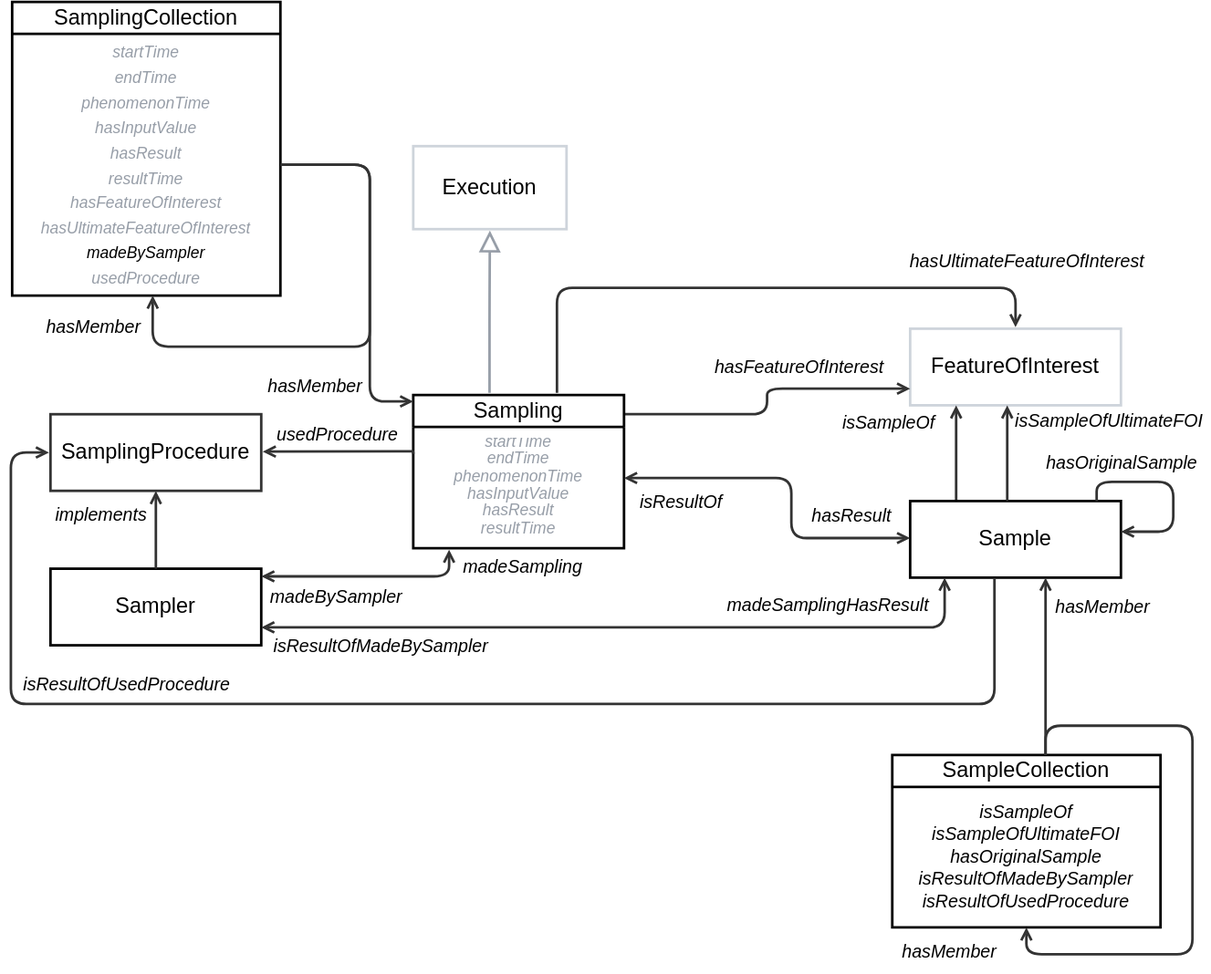
Before: ssn/images/Sampling.svg, a diagram exported from draw.io (w3c/sdw-sosa-ssn). Source tidied: cells renumbered, new cells last; positions are measured from the earlier drawing's top-left corner, leaving out a move shared by most shapes.
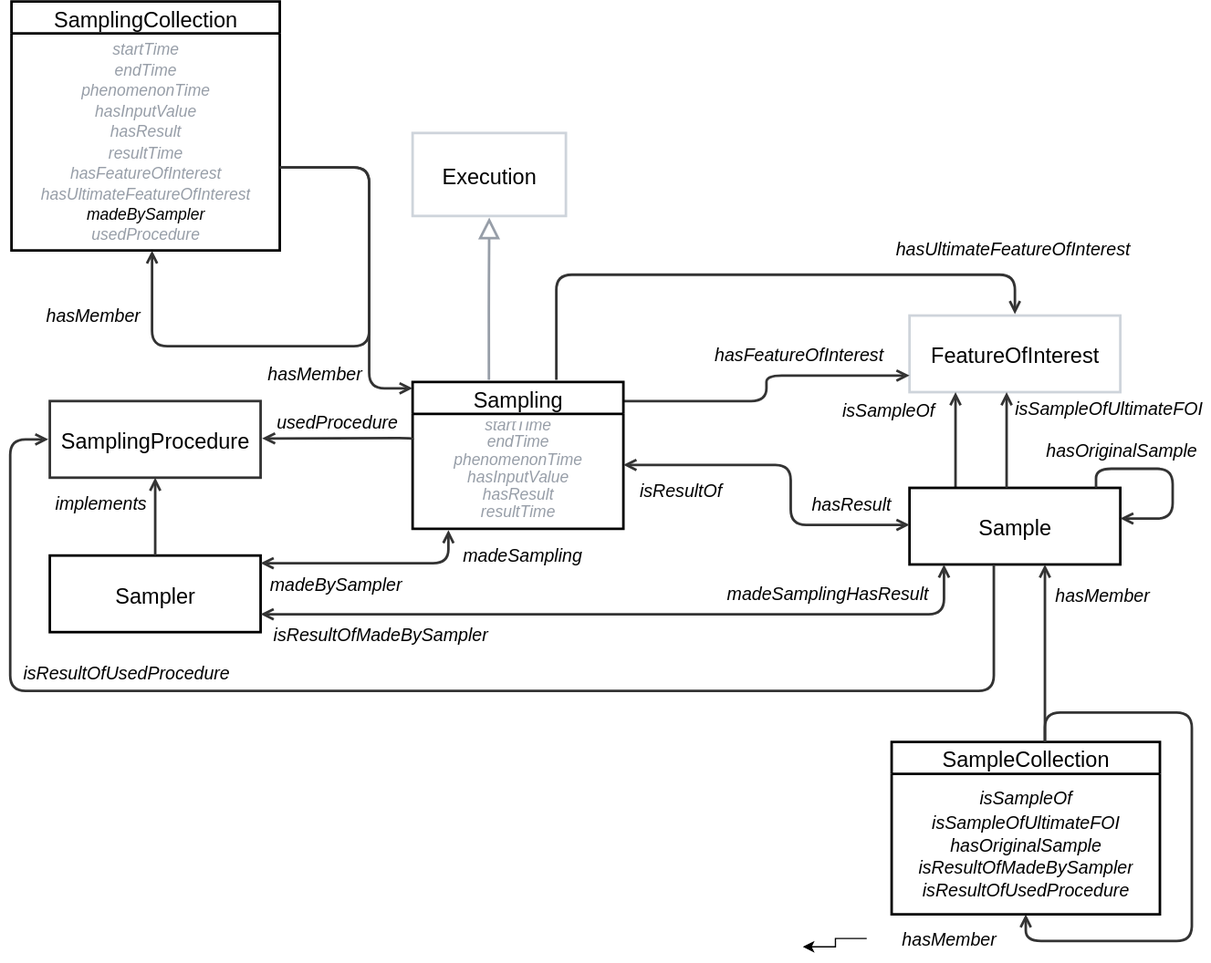
After the change.

What changed in the source:
```diff
@@ -23,10 +23,10 @@
       <mxGeometry x="545" y="271" width="145" height="30" as="geometry" />
     </mxCell>
     <mxCell id="7" value="Sampling" style="html=1;overflow=block;blockSpacing=1;swimlane;horizontal=1;fontStyle=0;swimlaneFillColor=none;startSize=25;whiteSpace=wrap;fontSize=16.8;align=center;spacing=0;strokeOpacity=100;fillColor=none;strokeWidth=2;fontColor=default;convertToSvg=1;" parent="1" vertex="1">
-      <mxGeometry x="315" y="308" width="165" height="120" as="geometry" />
+      <mxGeometry x="315" y="308" width="165" height="115" as="geometry" />
     </mxCell>
-    <mxCell id="8" value="&lt;div style=&quot;display: flex; justify-content: center; text-align: center; align-items: baseline; line-height: 1.25; margin-top: -2px;&quot;&gt;&lt;span style=&quot;font-style: italic;&quot;&gt;&lt;div style=&quot;border-color: var(--border-color); font-size: 12.5px; display: flex; justify-content: center; align-items: baseline; line-height: 1.25; margin-top: -2px;&quot;&gt;&lt;font style=&quot;border-color: var(--border-color);&quot;&gt;&lt;font style=&quot;border-color: var(--border-color);&quot; color=&quot;#979ea8&quot;&gt;startTime&lt;/font&gt;&lt;/font&gt;&lt;/div&gt;&lt;div style=&quot;border-color: var(--border-color); font-size: 12.5px; display: flex; justify-content: center; align-items: baseline; line-height: 1.25; margin-top: -2px;&quot;&gt;&lt;font style=&quot;border-color: var(--border-color);&quot;&gt;&lt;font style=&quot;border-color: var(--border-color);&quot; color=&quot;#979ea8&quot;&gt;endTime&lt;/font&gt;&lt;/font&gt;&lt;/div&gt;&lt;div style=&quot;border-color: var(--border-color); font-size: 12.5px; display: flex; justify-content: center; align-items: baseline; line-height: 1.25; margin-top: -2px;&quot;&gt;&lt;font style=&quot;border-color: var(--border-color);&quot;&gt;&lt;font style=&quot;border-color: var(--border-color);&quot; color=&quot;#979ea8&quot;&gt;phenomenonTime&lt;/font&gt;&lt;/font&gt;&lt;/div&gt;&lt;div style=&quot;border-color: var(--border-color); font-size: 12.5px; display: flex; justify-content: center; align-items: baseline; line-height: 1.25; margin-top: -2px;&quot;&gt;&lt;font style=&quot;border-color: var(--border-color);&quot;&gt;&lt;font style=&quot;border-color: var(--border-color);&quot; color=&quot;#979ea8&quot;&gt;hasInputValue&lt;/font&gt;&lt;/font&gt;&lt;/div&gt;&lt;div style=&quot;border-color: var(--border-color); font-size: 12.5px; display: flex; justify-content: center; align-items: baseline; line-height: 1.25; margin-top: -2px;&quot;&gt;&lt;font style=&quot;border-color: var(--border-color);&quot;&gt;&lt;font style=&quot;border-color: var(--border-color);&quot; color=&quot;#979ea8&quot;&gt;hasResult&lt;/font&gt;&lt;/font&gt;&lt;/div&gt;&lt;div style=&quot;border-color: var(--border-color); font-size: 12.5px; display: flex; justify-content: center; align-items: baseline; line-height: 1.25; margin-top: -2px;&quot;&gt;&lt;font style=&quot;border-color: var(--border-color);&quot;&gt;&lt;font style=&quot;border-color: var(--border-color);&quot; color=&quot;#979ea8&quot;&gt;resultTime&lt;/font&gt;&lt;/font&gt;&lt;/div&gt;&lt;/span&gt;&lt;/div&gt;" style="html=1;strokeColor=none;fillColor=none;verticalAlign=middle;spacingLeft=4;spacingRight=4;overflow=hidden;points=[[0,0.5],[1,0.5]];portConstraint=eastwest;swimlaneFillColor=#unset;strokeOpacity=100;whiteSpace=wrap;fontSize=15.2;fontStyle=2;align=center;fontColor=default;strokeWidth=2;convertToSvg=1;" parent="7" vertex="1">
-      <mxGeometry y="25" width="165" height="95" as="geometry" />
+    <mxCell id="8" value="&lt;div style=&quot;display: flex; justify-content: center; text-align: center; align-items: baseline; line-height: 1.25; margin-top: -2px;&quot;&gt;&lt;span style=&quot;font-style: italic;&quot;&gt;&lt;div style=&quot;border-color: var(--border-color); font-size: 12.5px; display: flex; justify-content: center; align-items: baseline; line-height: 1.25; margin-top: -2px;&quot;&gt;&lt;font style=&quot;border-color: var(--border-color);&quot;&gt;&lt;font style=&quot;border-color: var(--border-color);&quot; color=&quot;#979ea8&quot;&gt;startTime&lt;/font&gt;&lt;/font&gt;&lt;/div&gt;&lt;div style=&quot;border-color: var(--border-color); font-size: 12.5px; display: flex; justify-content: center; align-items: baseline; line-height: 1.25; margin-top: -2px;&quot;&gt;&lt;font style=&quot;border-color: var(--border-color);&quot;&gt;&lt;font style=&quot;border-color: var(--border-color);&quot; color=&quot;#979ea8&quot;&gt;endTime&lt;/font&gt;&lt;/font&gt;&lt;/div&gt;&lt;div style=&quot;border-color: var(--border-color); font-size: 12.5px; display: flex; justify-content: center; align-items: baseline; line-height: 1.25; margin-top: -2px;&quot;&gt;&lt;font style=&quot;border-color: var(--border-color);&quot;&gt;&lt;font style=&quot;border-color: var(--border-color);&quot; color=&quot;#979ea8&quot;&gt;phenomenonTime&lt;/font&gt;&lt;/font&gt;&lt;/div&gt;&lt;div style=&quot;border-color: var(--border-color); font-size: 12.5px; display: flex; justify-content: center; align-items: baseline; line-height: 1.25; margin-top: -2px;&quot;&gt;&lt;font style=&quot;border-color: var(--border-color);&quot;&gt;&lt;font style=&quot;border-color: var(--border-color);&quot; color=&quot;#979ea8&quot;&gt;hasInputValue&lt;/font&gt;&lt;/font&gt;&lt;/div&gt;&lt;div style=&quot;border-color: var(--border-color); font-size: 12.5px; display: flex; justify-content: center; align-items: baseline; line-height: 1.25; margin-top: -2px;&quot;&gt;&lt;font style=&quot;border-color: var(--border-color);&quot;&gt;&lt;font style=&quot;border-color: var(--border-color);&quot; color=&quot;#979ea8&quot;&gt;hasResult&lt;/font&gt;&lt;/font&gt;&lt;/div&gt;&lt;div style=&quot;border-color: var(--border-color); font-size: 12.5px; display: flex; justify-content: center; align-items: baseline; line-height: 1.25; margin-top: -2px;&quot;&gt;&lt;font style=&quot;border-color: var(--border-color);&quot;&gt;&lt;font style=&quot;border-color: var(--border-color);&quot; color=&quot;#979ea8&quot;&gt;resultTime&lt;/font&gt;&lt;/font&gt;&lt;/div&gt;&lt;/span&gt;&lt;/div&gt;" style="html=1;strokeColor=none;fillColor=none;verticalAlign=middle;spacingLeft=4;spacingRight=4;overflow=hidden;points=[[0,0.5],[1,0.5]];portConstraint=eastwest;swimlaneFillColor=#unset;strokeOpacity=100;whiteSpace=wrap;fontSize=15.2;fontStyle=2;align=center;fontColor=default;strokeWidth=2;convertToSvg=1;fontFamily=Helvetica;" parent="7" vertex="1">
+      <mxGeometry y="25" width="165" height="90" as="geometry" />
     </mxCell>
     <mxCell id="9" value="Sampler" style="html=1;overflow=block;blockSpacing=1;whiteSpace=wrap;fontSize=16.8;align=center;spacing=0;strokeOpacity=100;fillColor=none;strokeWidth=2;fontColor=default;convertToSvg=1;" parent="1" vertex="1">
       <mxGeometry x="31" y="444" width="165" height="60" as="geometry" />
@@ -142,7 +142,7 @@
     <mxCell id="31" value="SampleCollection" style="html=1;overflow=block;blockSpacing=1;swimlane;horizontal=1;fontStyle=0;swimlaneFillColor=none;startSize=25;whiteSpace=wrap;fontSize=16.8;fontColor=default;align=center;spacing=0;strokeOpacity=100;fillOpacity=100;fillColor=none;strokeWidth=2;convertToSvg=1;" parent="1" vertex="1">
       <mxGeometry x="690" y="590" width="210" height="135" as="geometry" />
     </mxCell>
-    <mxCell id="32" value="&lt;div style=&quot;display: flex; justify-content: center; text-align: center; align-items: baseline; line-height: 1.25; margin-top: -2px;&quot;&gt;&lt;span style=&quot;font-style: italic;&quot;&gt;&lt;font style=&quot;font-size: 14px;&quot;&gt;isSampleOf&lt;br&gt;&lt;/font&gt;&lt;/span&gt;&lt;/div&gt;&lt;div style=&quot;display: flex; justify-content: center; text-align: center; align-items: baseline; line-height: 1.25; margin-top: -2px;&quot;&gt;&lt;span&gt;&lt;span style=&quot;&quot;&gt;&lt;font face=&quot;Helvetica&quot; style=&quot;font-size: 14px;&quot;&gt;&lt;span style=&quot;text-align: start; white-space-collapse: break-spaces;&quot;&gt;isSampleOfUltimateFOI&lt;/span&gt;&lt;/font&gt;&lt;/span&gt;&lt;/span&gt;&lt;/div&gt;&lt;div style=&quot;display: flex; justify-content: center; text-align: center; align-items: baseline; line-height: 1.25; margin-top: -2px;&quot;&gt;&lt;span&gt;&lt;span style=&quot;font-style: italic;&quot;&gt;&lt;font style=&quot;font-size: 14px;&quot;&gt;hasOriginalSample&lt;br&gt;&lt;/font&gt;&lt;/span&gt;&lt;/span&gt;&lt;/div&gt;&lt;div style=&quot;display: flex; justify-content: center; text-align: center; align-items: baseline; line-height: 1.25; margin-top: -2px;&quot;&gt;&lt;span&gt;&lt;span style=&quot;font-style: italic;&quot;&gt;&lt;font style=&quot;font-size: 14px;&quot;&gt;isResultOfMadeBySampler&lt;br&gt;&lt;/font&gt;&lt;/span&gt;&lt;/span&gt;&lt;/div&gt;&lt;div style=&quot;display: flex; justify-content: center; text-align: center; align-items: baseline; line-height: 1.25; margin-top: -2px;&quot;&gt;&lt;span style=&quot;font-style: italic;&quot;&gt;&lt;font style=&quot;font-size: 14px;&quot;&gt;isResultOfUsedProcedure&lt;/font&gt;&lt;/span&gt;&lt;/div&gt;" style="html=1;strokeColor=none;fillColor=none;verticalAlign=middle;spacingLeft=4;spacingRight=4;overflow=hidden;points=[[0,0.5],[1,0.5]];portConstraint=eastwest;swimlaneFillColor=#ffffff;strokeOpacity=100;fillOpacity=100;whiteSpace=wrap;fontSize=15.2;fontColor=default;fontStyle=2;align=center;strokeWidth=2;convertToSvg=1;" parent="31" vertex="1">
+    <mxCell id="32" value="&lt;div style=&quot;display: flex; justify-content: center; text-align: center; align-items: baseline; line-height: 1.25; margin-top: -2px;&quot;&gt;&lt;span style=&quot;font-style: italic;&quot;&gt;&lt;font style=&quot;font-size: 14px;&quot;&gt;isSampleOf&lt;br&gt;&lt;/font&gt;&lt;span style=&quot;text-align: start; white-space-collapse: break-spaces; font-size: 14px; background-color: transparent; color: light-dark(rgb(0, 0, 0), rgb(255, 255, 255));&quot;&gt;isSampleOfUltimateFOI&lt;/span&gt;&lt;/span&gt;&lt;/div&gt;&lt;div style=&quot;display: flex; justify-content: center; text-align: center; align-items: baseline; line-height: 1.25; margin-top: -2px;&quot;&gt;&lt;span&gt;&lt;span style=&quot;font-style: italic;&quot;&gt;&lt;font style=&quot;font-size: 14px;&quot;&gt;hasOriginalSample&lt;br&gt;&lt;/font&gt;&lt;/span&gt;&lt;/span&gt;&lt;/div&gt;&lt;div style=&quot;display: flex; justify-content: center; text-align: center; align-items: baseline; line-height: 1.25; margin-top: -2px;&quot;&gt;&lt;span&gt;&lt;span style=&quot;font-style: italic;&quot;&gt;&lt;font style=&quot;font-size: 14px;&quot;&gt;isResultOfMadeBySampler&lt;br&gt;&lt;/font&gt;&lt;/span&gt;&lt;/span&gt;&lt;/div&gt;&lt;div style=&quot;display: flex; justify-content: center; text-align: center; align-items: baseline; line-height: 1.25; margin-top: -2px;&quot;&gt;&lt;span style=&quot;font-style: italic;&quot;&gt;&lt;font style=&quot;font-size: 14px;&quot;&gt;isResultOfUsedProcedure&lt;/font&gt;&lt;/span&gt;&lt;/div&gt;" style="html=1;strokeColor=none;fillColor=none;verticalAlign=middle;spacingLeft=4;spacingRight=4;overflow=hidden;points=[[0,0.5],[1,0.5]];portConstraint=eastwest;swimlaneFillColor=#ffffff;strokeOpacity=100;fillOpacity=100;whiteSpace=wrap;fontSize=15.2;fontColor=default;fontStyle=2;align=center;strokeWidth=2;convertToSvg=1;" parent="31" vertex="1">
       <mxGeometry y="25" width="210" height="110" as="geometry" />
     </mxCell>
     <mxCell id="33" style="html=1;jettySize=18;whiteSpace=wrap;fontSize=13;strokeColor=#333333;strokeOpacity=100;strokeWidth=2;rounded=1;arcSize=24;edgeStyle=orthogonalEdgeStyle;startArrow=none;endArrow=open;lucidId=3Rwiahdr9pgf;fontColor=default;convertToSvg=1;" parent="31" edge="1" source="31" target="32">
@@ -166,6 +166,11 @@
     <mxCell id="35" value="hasMember" style="html=1;overflow=block;blockSpacing=1;whiteSpace=wrap;fontSize=14;fontStyle=2;align=center;spacing=0;strokeColor=none;strokeOpacity=100;fillOpacity=100;fillColor=none;strokeWidth=2;lucidId=TQwipDJagVQC;fontColor=default;convertToSvg=1;" parent="1" vertex="1">
       <mxGeometry x="810" y="459" width="90" height="30" as="geometry" />
     </mxCell>
+    <mxCell id="47" style="edgeStyle=orthogonalEdgeStyle;rounded=0;jettySize=auto;html=1;" parent="1" edge="1" source="36">
+      <mxGeometry relative="1" as="geometry">
+        <mxPoint x="620" y="750" as="targetPoint" />
+      </mxGeometry>
+    </mxCell>
     <mxCell id="36" value="hasMember" style="html=1;overflow=block;blockSpacing=1;whiteSpace=wrap;fontSize=14;fontStyle=2;align=center;spacing=0;strokeColor=none;strokeOpacity=100;fillOpacity=100;fillColor=none;strokeWidth=2;lucidId=TQwiKcx4_--O;fontColor=default;convertToSvg=1;" parent="1" vertex="1">
       <mxGeometry x="670" y="725" width="130" height="37" as="geometry" />
     </mxCell>
@@ -176,24 +181,24 @@
       <mxGeometry x="21" y="388" width="100" height="28.5" as="geometry" />
     </mxCell>
     <mxCell id="39" value="SamplingCollection" style="html=1;overflow=block;blockSpacing=1;swimlane;horizontal=1;fontStyle=0;swimlaneFillColor=none;startSize=25;whiteSpace=wrap;fontSize=16.8;align=center;spacing=0;strokeOpacity=100;fillColor=none;strokeWidth=2;fontColor=default;convertToSvg=1;" parent="1" vertex="1">
-      <mxGeometry x="1" width="210" height="230" as="geometry" />
+      <mxGeometry x="1" y="10" width="210" height="195" as="geometry" />
     </mxCell>
-    <mxCell id="40" value="&lt;div style=&quot;display: flex; justify-content: center; text-align: center; align-items: baseline; line-height: 1.25; margin-top: -2px;&quot;&gt;&lt;span style=&quot;font-style: italic;&quot;&gt;&lt;font style=&quot;border-color: var(--border-color); font-size: 12.5px;&quot; color=&quot;#979ea8&quot;&gt;startTime&lt;br style=&quot;border-color: var(--border-color); padding: 0px; margin: 0px;&quot;&gt;endTime&lt;br style=&quot;border-color: var(--border-color); padding: 0px; margin: 0px;&quot;&gt;phenomenonTime&lt;br style=&quot;border-color: var(--border-color); padding: 0px; margin: 0px;&quot;&gt;&lt;span style=&quot;border-color: var(--border-color);&quot;&gt;hasInputValue&lt;/span&gt;&lt;br style=&quot;border-color: var(--border-color); padding: 0px; margin: 0px;&quot;&gt;&lt;span style=&quot;border-color: var(--border-color);&quot;&gt;hasResult&lt;/span&gt;&lt;br style=&quot;border-color: var(--border-color); padding: 0px; margin: 0px;&quot;&gt;&lt;span style=&quot;border-color: var(--border-color);&quot;&gt;resultTime&lt;/span&gt;&lt;br style=&quot;border-color: var(--border-color); padding: 0px; margin: 0px;&quot;&gt;&lt;span style=&quot;border-color: var(--border-color);&quot;&gt;hasFeatureOfInterest&lt;/span&gt;&lt;br style=&quot;border-color: var(--border-color); padding: 0px; margin: 0px;&quot;&gt;&lt;span style=&quot;border-color: var(--border-color);&quot;&gt;hasUltimateFeatureOfInterest&lt;/span&gt;&lt;/font&gt;&lt;br style=&quot;border-color: var(--border-color); font-size: 12.5px; padding: 0px; margin: 0px;&quot;&gt;&lt;span style=&quot;border-color: var(--border-color); font-size: 12.5px;&quot;&gt;madeBySampler&lt;br style=&quot;border-color: var(--border-color);&quot;&gt;&lt;/span&gt;&lt;span style=&quot;border-color: var(--border-color); font-size: 12.5px; background-color: initial; color: rgb(151, 158, 168);&quot;&gt;usedProcedure&lt;/span&gt;&lt;br&gt;&lt;/span&gt;&lt;/div&gt;" style="html=1;strokeColor=none;fillColor=none;verticalAlign=middle;spacingLeft=4;spacingRight=4;overflow=hidden;points=[[0,0.5],[1,0.5]];portConstraint=eastwest;swimlaneFillColor=#unset;strokeOpacity=100;whiteSpace=wrap;fontSize=15.2;fontStyle=2;align=center;fontColor=default;strokeWidth=2;convertToSvg=1;" parent="39" vertex="1">
-      <mxGeometry y="25" width="210" height="205" as="geometry" />
+    <mxCell id="40" value="&lt;div style=&quot;display: flex; justify-content: center; text-align: center; align-items: baseline; line-height: 1.25; margin-top: -2px;&quot;&gt;&lt;span style=&quot;font-style: italic; line-height: 105%;&quot;&gt;&lt;font style=&quot;border-color: var(--border-color); font-size: 12.5px; line-height: 105%;&quot; color=&quot;#979ea8&quot;&gt;startTime&lt;br style=&quot;border-color: var(--border-color); padding: 0px; margin: 0px;&quot;&gt;endTime&lt;br style=&quot;border-color: var(--border-color); padding: 0px; margin: 0px;&quot;&gt;phenomenonTime&lt;br style=&quot;border-color: var(--border-color); padding: 0px; margin: 0px;&quot;&gt;&lt;span style=&quot;border-color: var(--border-color);&quot;&gt;hasInputValue&lt;/span&gt;&lt;br style=&quot;border-color: var(--border-color); padding: 0px; margin: 0px;&quot;&gt;&lt;span style=&quot;border-color: var(--border-color);&quot;&gt;hasResult&lt;/span&gt;&lt;br style=&quot;border-color: var(--border-color); padding: 0px; margin: 0px;&quot;&gt;&lt;span style=&quot;border-color: var(--border-color);&quot;&gt;resultTime&lt;/span&gt;&lt;br style=&quot;border-color: var(--border-color); padding: 0px; margin: 0px;&quot;&gt;&lt;span style=&quot;border-color: var(--border-color);&quot;&gt;hasFeatureOfInterest&lt;/span&gt;&lt;br style=&quot;border-color: var(--border-color); padding: 0px; margin: 0px;&quot;&gt;&lt;span style=&quot;border-color: var(--border-color);&quot;&gt;hasUltimateFeatureOfInterest&lt;/span&gt;&lt;/font&gt;&lt;br style=&quot;border-color: var(--border-color); font-size: 12.5px; padding: 0px; margin: 0px;&quot;&gt;&lt;span style=&quot;border-color: var(--border-color); font-size: 12.5px; line-height: 105%;&quot;&gt;madeBySampler&lt;br style=&quot;border-color: var(--border-color);&quot;&gt;&lt;/span&gt;&lt;span style=&quot;border-color: var(--border-color); font-size: 12.5px; background-color: initial; color: rgb(151, 158, 168); line-height: 105%;&quot;&gt;usedProcedure&lt;/span&gt;&lt;br&gt;&lt;/span&gt;&lt;/div&gt;" style="html=1;strokeColor=none;fillColor=none;verticalAlign=middle;spacingLeft=4;spacingRight=4;overflow=hidden;points=[[0,0.5],[1,0.5]];portConstraint=eastwest;swimlaneFillColor=#unset;strokeOpacity=100;whiteSpace=wrap;fontSize=15.2;fontStyle=2;align=center;fontColor=default;strokeWidth=2;convertToSvg=1;fontFamily=Helvetica;" parent="39" vertex="1">
+      <mxGeometry y="25" width="210" height="170" as="geometry" />
     </mxCell>
-    <mxCell id="41" style="html=1;jettySize=18;whiteSpace=wrap;fontSize=13;strokeColor=#333333;strokeOpacity=100;strokeWidth=2;rounded=1;arcSize=24;edgeStyle=orthogonalEdgeStyle;startArrow=none;endArrow=open;lucidId=G53zkM3rOr.v;fontColor=default;convertToSvg=1;entryX=0.524;entryY=1;entryDx=0;entryDy=0;entryPerimeter=0;exitX=1;exitY=0.5;exitDx=0;exitDy=0;" parent="39" edge="1" source="40" target="40">
+    <mxCell id="41" style="html=1;jettySize=18;whiteSpace=wrap;fontSize=13;strokeColor=#333333;strokeOpacity=100;strokeWidth=2;rounded=1;arcSize=24;edgeStyle=orthogonalEdgeStyle;startArrow=none;endArrow=open;lucidId=G53zkM3rOr.v;fontColor=default;convertToSvg=1;entryX=0.524;entryY=1;entryDx=0;entryDy=0;entryPerimeter=0;" parent="39" edge="1" source="40" target="40">
       <mxGeometry relative="1" as="geometry">
         <Array as="points">
-          <mxPoint x="280" y="128" />
+          <mxPoint x="280" y="130" />
           <mxPoint x="280" y="270" />
           <mxPoint x="110" y="270" />
         </Array>
       </mxGeometry>
     </mxCell>
-    <mxCell id="42" style="html=1;jettySize=18;whiteSpace=wrap;fontSize=13;strokeColor=#333333;strokeOpacity=100;strokeWidth=2;rounded=1;arcSize=24;edgeStyle=orthogonalEdgeStyle;startArrow=none;endArrow=open;lucidId=v53zamzGn6ht;fontColor=default;convertToSvg=1;exitX=1;exitY=0.5;exitDx=0;exitDy=0;" parent="1" edge="1" source="40" target="7">
+    <mxCell id="42" style="html=1;jettySize=18;whiteSpace=wrap;fontSize=13;strokeColor=#333333;strokeOpacity=100;strokeWidth=2;rounded=1;arcSize=24;edgeStyle=orthogonalEdgeStyle;startArrow=none;endArrow=open;lucidId=v53zamzGn6ht;fontColor=default;convertToSvg=1;" parent="1" edge="1" source="40" target="7">
       <mxGeometry relative="1" as="geometry">
         <Array as="points">
-          <mxPoint x="281" y="128" />
+          <mxPoint x="281" y="140" />
           <mxPoint x="281" y="313" />
         </Array>
       </mxGeometry>
```
